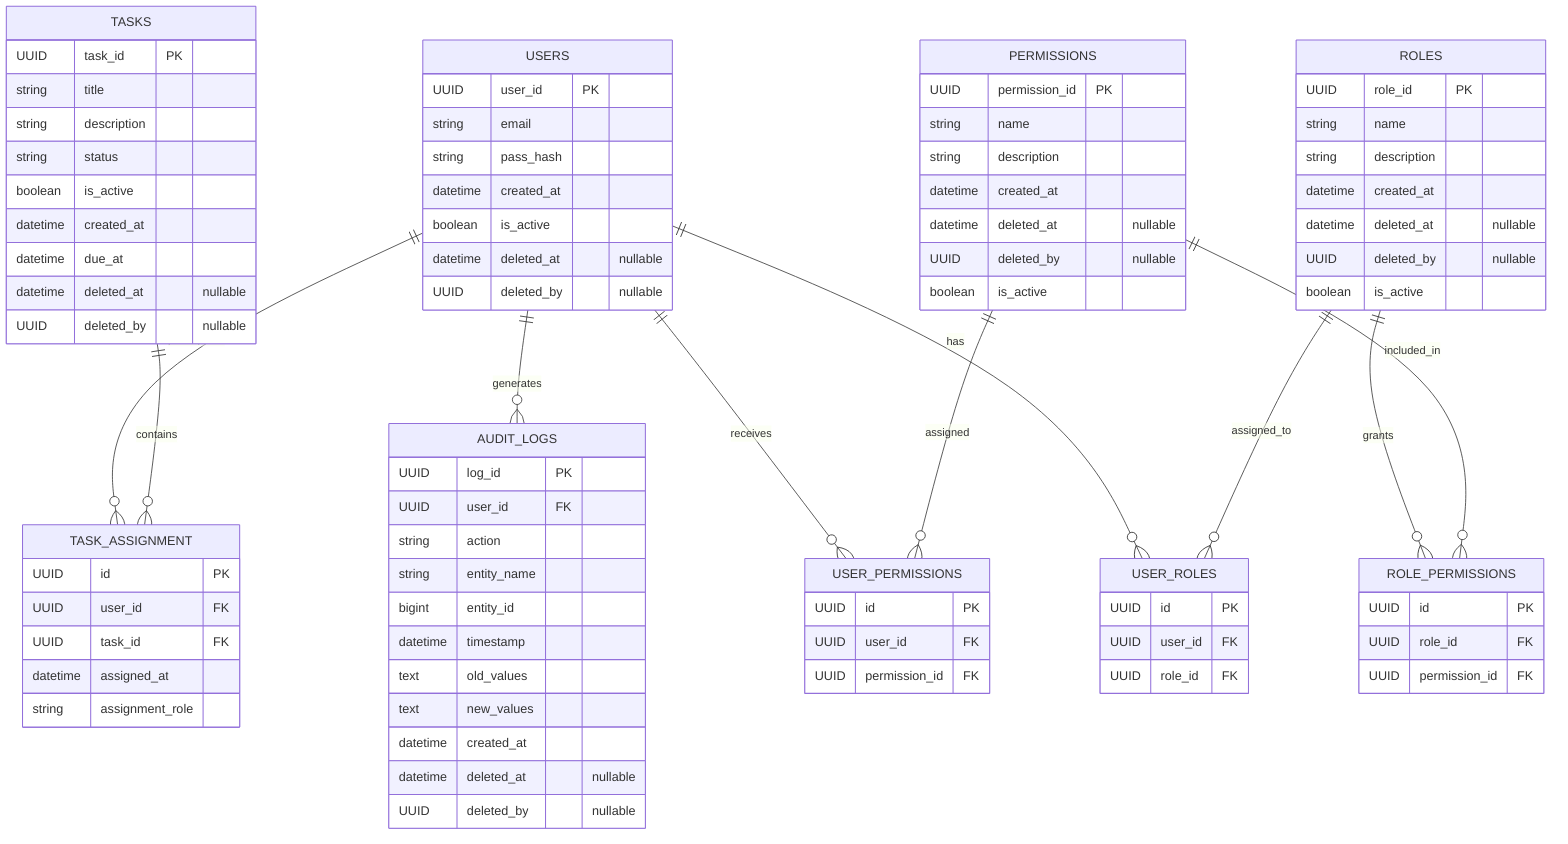
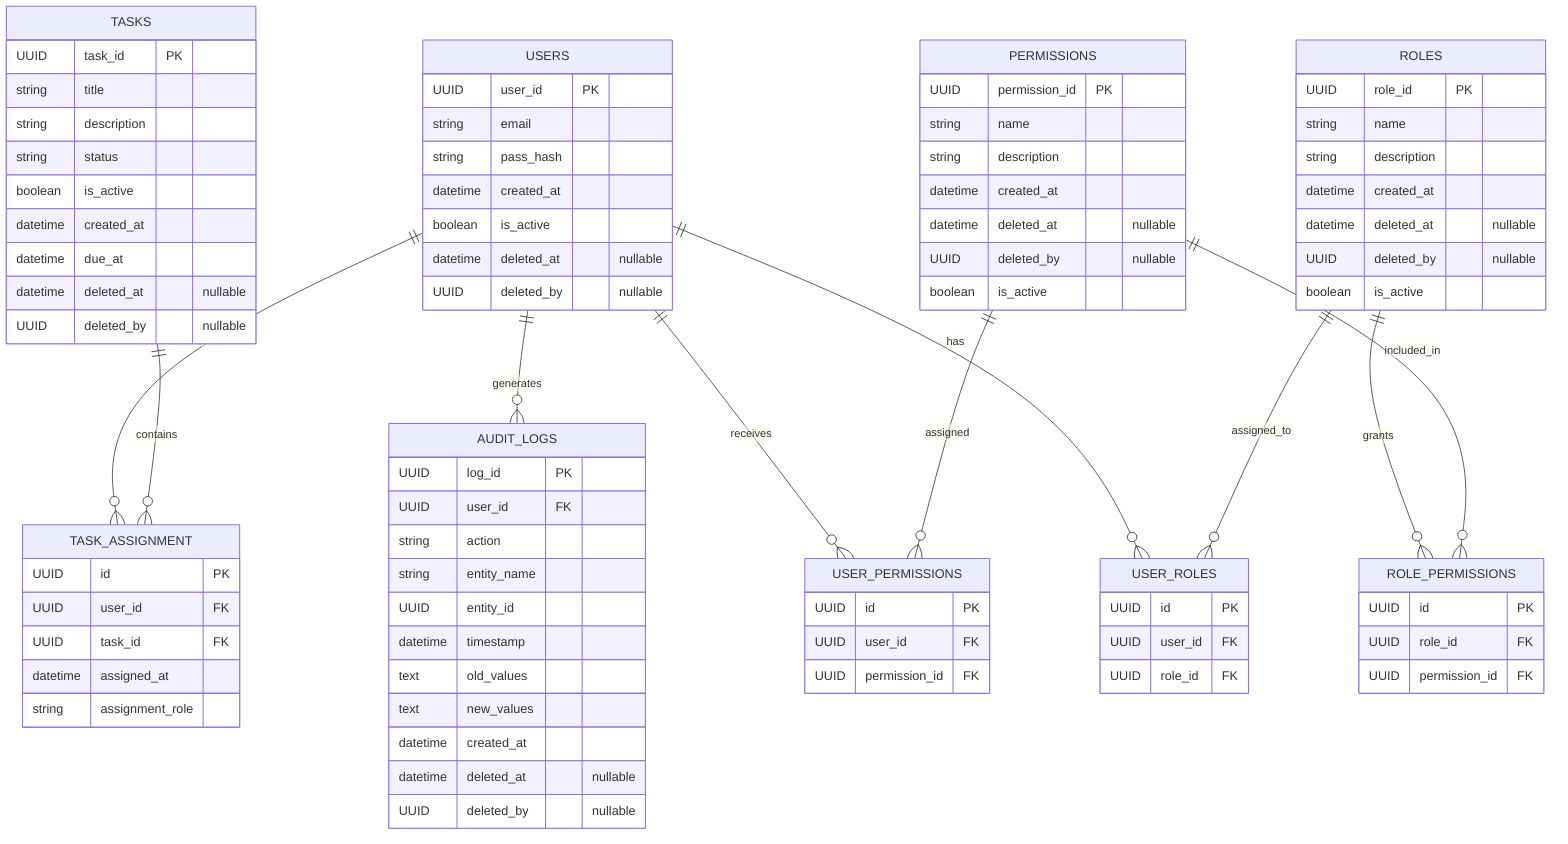
erDiagram

    USERS {
        UUID user_id PK
        string email
        string pass_hash
        datetime created_at
        boolean is_active
        datetime deleted_at "nullable"
        UUID deleted_by "nullable"
    }

    TASKS {
        UUID task_id PK
        string title
        string description
        string status
        boolean is_active
        datetime created_at
        datetime due_at
        datetime deleted_at "nullable"
        UUID deleted_by "nullable"
    }

    ROLES {
        UUID role_id PK
        string name
        string description
        datetime created_at
        datetime deleted_at "nullable"
        UUID deleted_by "nullable"
        boolean is_active
    }

    PERMISSIONS {
        UUID permission_id PK
        string name
        string description
        datetime created_at
        datetime deleted_at "nullable"
        UUID deleted_by "nullable"
        boolean is_active
    }

    AUDIT_LOGS {
        UUID log_id PK
        UUID user_id FK
        string action
        string entity_name
-         bigint entity_id
+         UUID entity_id
        datetime timestamp
        text old_values
        text new_values
        datetime created_at
        datetime deleted_at "nullable"
        UUID deleted_by "nullable"
    }

    USER_ROLES {
        UUID id PK
        UUID user_id FK
        UUID role_id FK
    }

    ROLE_PERMISSIONS {
        UUID id PK
        UUID role_id FK
        UUID permission_id FK
    }

    USER_PERMISSIONS {
        UUID id PK
        UUID user_id FK
        UUID permission_id FK
    }

    TASK_ASSIGNMENT {
        UUID id PK
        UUID user_id FK
        UUID task_id FK
        datetime assigned_at
        string assignment_role
    }

    USERS ||--o{ USER_ROLES : has
    ROLES ||--o{ USER_ROLES : assigned_to

    ROLES ||--o{ ROLE_PERMISSIONS : grants
    PERMISSIONS ||--o{ ROLE_PERMISSIONS : included_in

    USERS ||--o{ USER_PERMISSIONS : receives
    PERMISSIONS ||--o{ USER_PERMISSIONS : assigned

    USERS ||--o{ TASK_ASSIGNMENT : participates
    TASKS ||--o{ TASK_ASSIGNMENT : contains

    USERS ||--o{ AUDIT_LOGS : generates